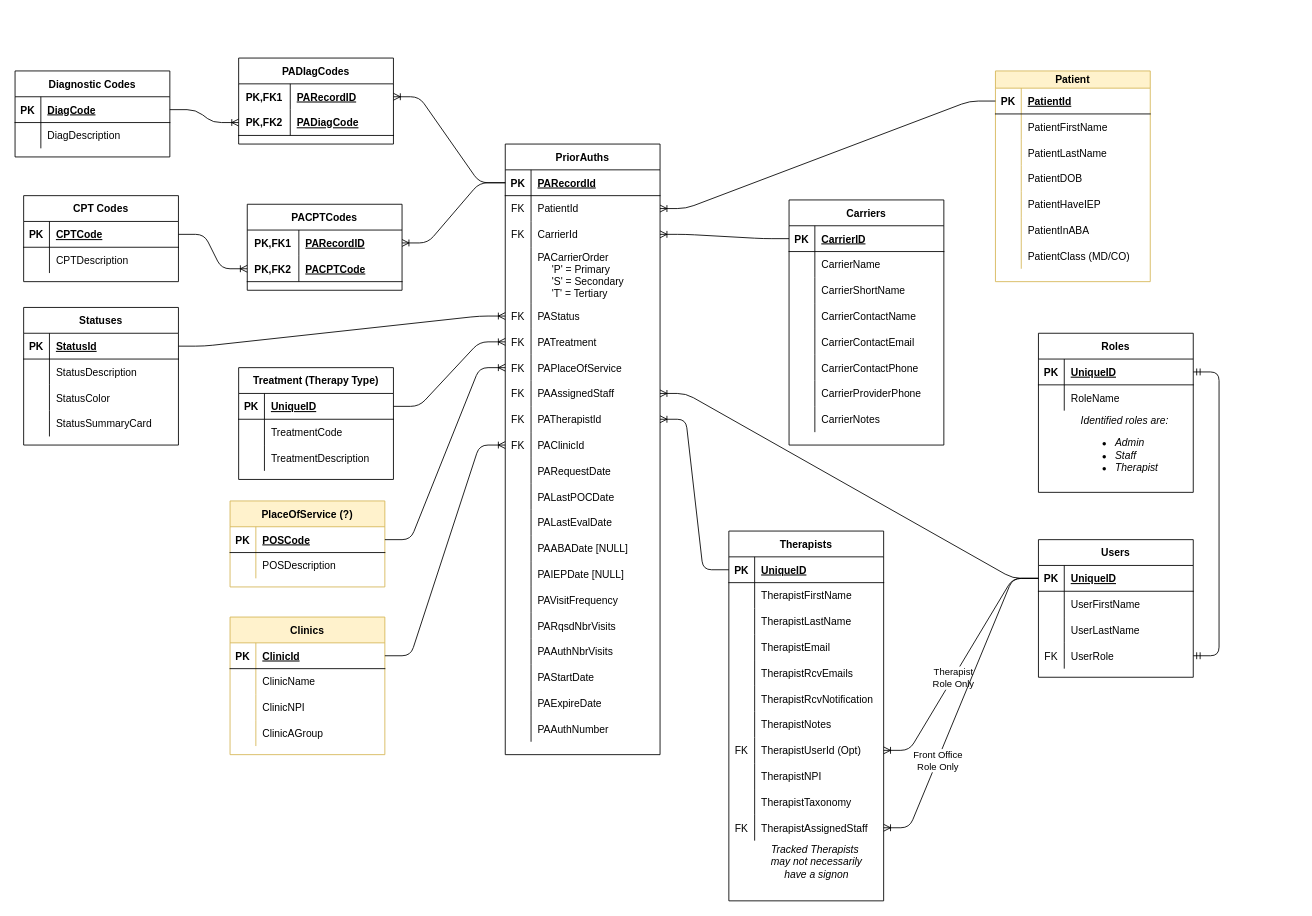
cashmy/PA_Backend keeps this draw.io diagram as PA_Tracker_Db.drawio. Above is the earlier version. Source tidied: cells renumbered, new cells numbered last; positions are measured from the earlier drawing's top-left corner, leaving out a move shared by most shapes. Both pictures are drawn from the tidied source at 86%, with x=0, y=0 at pixel (15, 58).
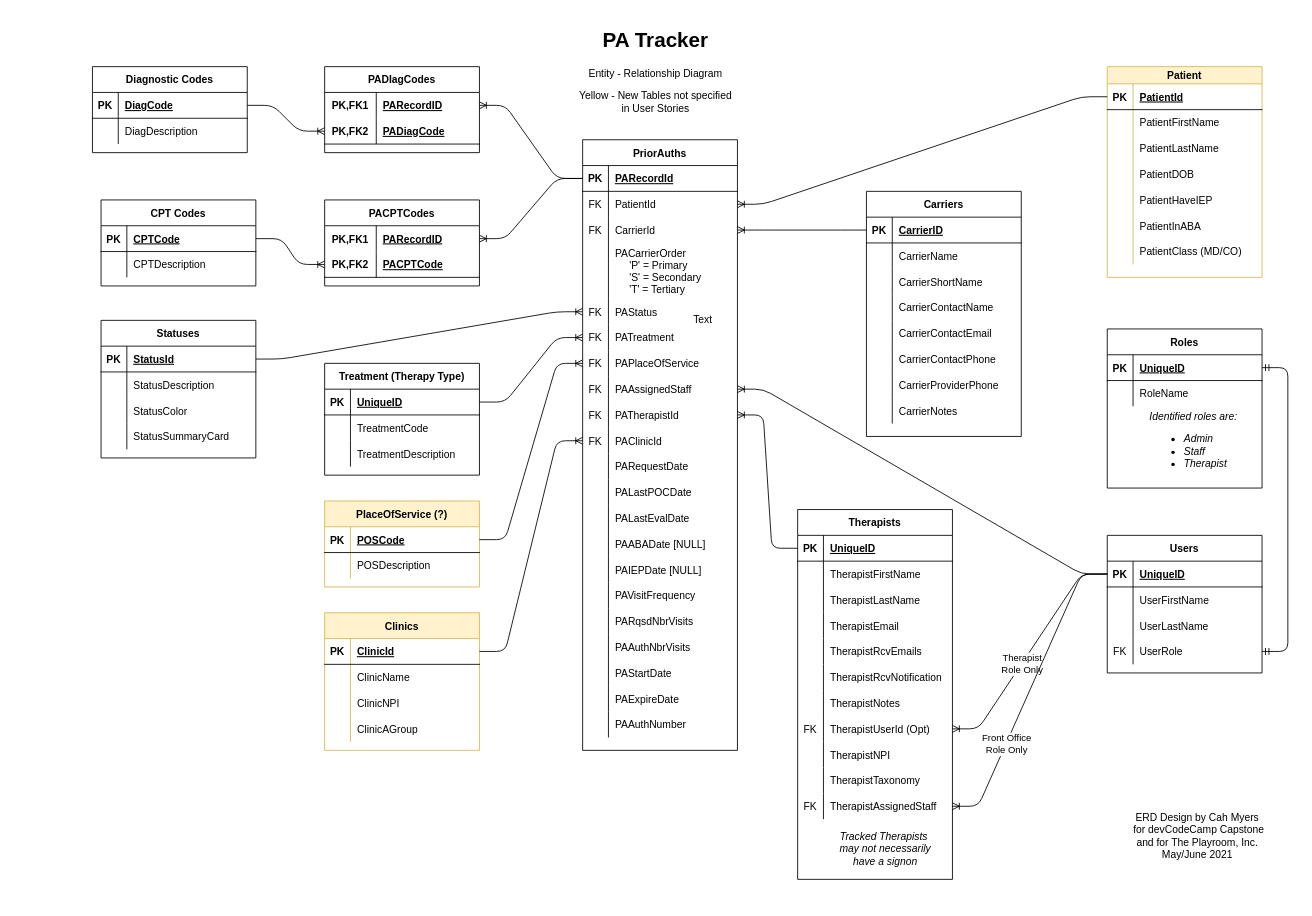
After the change.

What changed in the source:
```diff
@@
     <mxCell id="2" value="CPT Codes" style="shape=table;startSize=30;childLayout=tableLayout;rowLines=0;fontStyle=1;align=center;" parent="1" vertex="1">
-      <mxGeometry x="10" y="160" width="180" height="100" as="geometry" />
+      <mxGeometry x="100" y="165" width="180" height="100" as="geometry" />
     </mxCell>
@@
     <mxCell id="9" value="Diagnostic Codes" style="shape=table;startSize=30;childLayout=tableLayout;rowLines=0;fontStyle=1;align=center;" parent="1" vertex="1">
-      <mxGeometry y="15" width="180" height="100" as="geometry" />
+      <mxGeometry x="90" y="10" width="180" height="100" as="geometry" />
     </mxCell>
@@
     <mxCell id="16" value="Treatment (Therapy Type)" style="shape=table;startSize=30;childLayout=tableLayout;rowLines=0;fontStyle=1;align=center;" parent="1" vertex="1">
-      <mxGeometry x="260" y="360" width="180" height="130" as="geometry" />
+      <mxGeometry x="360" y="355" width="180" height="130" as="geometry" />
     </mxCell>
@@
     <mxCell id="26" value="Carriers" style="shape=table;startSize=30;childLayout=tableLayout;rowLines=0;fontStyle=1;align=center;" parent="1" vertex="1">
-      <mxGeometry x="900" y="165" width="180" height="285" as="geometry" />
+      <mxGeometry x="990" y="155" width="180" height="285" as="geometry" />
     </mxCell>
@@
     <mxCell id="51" value="Patient" style="shape=table;startSize=20;childLayout=tableLayout;rowLines=0;fontStyle=1;align=center;fillColor=#fff2cc;strokeColor=#d6b656;" parent="1" vertex="1">
-      <mxGeometry x="1140" y="15" width="180" height="245" as="geometry" />
+      <mxGeometry x="1270" y="10" width="180" height="245" as="geometry" />
     </mxCell>
@@
     <mxCell id="73" value="PlaceOfService (?)" style="shape=table;startSize=30;childLayout=tableLayout;rowLines=0;fontStyle=1;align=center;fillColor=#fff2cc;strokeColor=#d6b656;" parent="1" vertex="1">
-      <mxGeometry x="250" y="515" width="180" height="100" as="geometry" />
+      <mxGeometry x="360" y="515" width="180" height="100" as="geometry" />
     </mxCell>
@@
     <mxCell id="80" value="Statuses" style="shape=table;startSize=30;childLayout=tableLayout;rowLines=0;fontStyle=1;align=center;" parent="1" vertex="1">
-      <mxGeometry x="10" y="290" width="180" height="160" as="geometry" />
+      <mxGeometry x="100" y="305" width="180" height="160" as="geometry" />
     </mxCell>
@@
     <mxCell id="93" value="Users" style="shape=table;startSize=30;childLayout=tableLayout;rowLines=0;fontStyle=1;align=center;" parent="1" vertex="1">
-      <mxGeometry x="1190" y="560" width="180" height="160" as="geometry" />
+      <mxGeometry x="1270" y="555" width="180" height="160" as="geometry" />
     </mxCell>
@@
     <mxCell id="106" value="PriorAuths" style="shape=table;startSize=30;childLayout=tableLayout;rowLines=0;fontStyle=1;align=center;" parent="1" vertex="1">
-      <mxGeometry x="570" y="100" width="180" height="710" as="geometry" />
+      <mxGeometry x="660" y="95" width="180" height="710" as="geometry" />
     </mxCell>
@@
     <mxCell id="170" value="Clinics" style="shape=table;startSize=30;childLayout=tableLayout;rowLines=0;fontStyle=1;align=center;fillColor=#fff2cc;strokeColor=#d6b656;" parent="1" vertex="1">
-      <mxGeometry x="250" y="650" width="180" height="160" as="geometry" />
+      <mxGeometry x="360" y="645" width="180" height="160" as="geometry" />
     </mxCell>
@@
     <mxCell id="183" value="PACPTCodes" style="shape=table;startSize=30;childLayout=tableLayout;rowLines=0;fontStyle=1;align=center;" parent="1" vertex="1">
-      <mxGeometry x="270" y="170" width="180" height="100" as="geometry" />
+      <mxGeometry x="360" y="165" width="180" height="100" as="geometry" />
     </mxCell>
@@
     <mxCell id="190" value="PADIagCodes" style="shape=table;startSize=30;childLayout=tableLayout;rowLines=0;fontStyle=1;align=center;" parent="1" vertex="1">
-      <mxGeometry x="260" width="180" height="100" as="geometry" />
+      <mxGeometry x="360" y="10" width="180" height="100" as="geometry" />
     </mxCell>
@@
     <mxCell id="197" style="group;" parent="1" vertex="1">
-      <mxGeometry x="1190" y="320" width="180" height="185" as="geometry" />
+      <mxGeometry x="1270" y="315" width="180" height="185" as="geometry" />
     </mxCell>
@@
     <mxCell id="220" value="Therapists" style="shape=table;startSize=30;childLayout=tableLayout;rowLines=0;fontStyle=1;align=center;" parent="1" vertex="1">
-      <mxGeometry x="830" y="550" width="180" height="430" as="geometry" />
+      <mxGeometry x="910" y="525" width="180" height="430" as="geometry" />
     </mxCell>
@@
     <mxCell id="254" value="&lt;i&gt;Tracked Therapists&lt;br&gt;&amp;nbsp;may not necessarily&lt;br&gt;&amp;nbsp;have a signon&lt;/i&gt;" style="text;html=1;align=center;verticalAlign=middle;strokeColor=none;" parent="1" vertex="1">
-      <mxGeometry x="870" y="910" width="120" height="50" as="geometry" />
+      <mxGeometry x="950" y="895" width="120" height="50" as="geometry" />
     </mxCell>
@@
+    <mxCell id="258" value="Text" style="text;html=1;strokeColor=none;fillColor=none;align=center;verticalAlign=middle;whiteSpace=wrap;rounded=0;" parent="1" vertex="1">
+      <mxGeometry x="780" y="295" width="40" height="20" as="geometry" />
+    </mxCell>
+    <mxCell id="259" value="&lt;h1&gt;PA Tracker&lt;/h1&gt;&lt;p&gt;Entity - Relationship Diagram&lt;/p&gt;&lt;p&gt;Yellow - New Tables not specified in User Stories&lt;/p&gt;" style="text;html=1;strokeColor=none;fillColor=none;spacing=5;spacingTop=-20;whiteSpace=wrap;overflow=hidden;rounded=0;align=center;" parent="1" vertex="1">
+      <mxGeometry x="650" y="-40" width="190" height="120" as="geometry" />
+    </mxCell>
+    <mxCell id="260" value="ERD Design by Cah Myers&lt;br&gt;&amp;nbsp;for devCodeCamp Capstone&lt;br&gt;and for The Playroom, Inc.&lt;br&gt;May/June 2021" style="text;html=1;strokeColor=none;fillColor=none;align=center;verticalAlign=middle;whiteSpace=wrap;rounded=0;" parent="1" vertex="1">
+      <mxGeometry x="1260" y="865" width="230" height="80" as="geometry" />
+    </mxCell>
```
